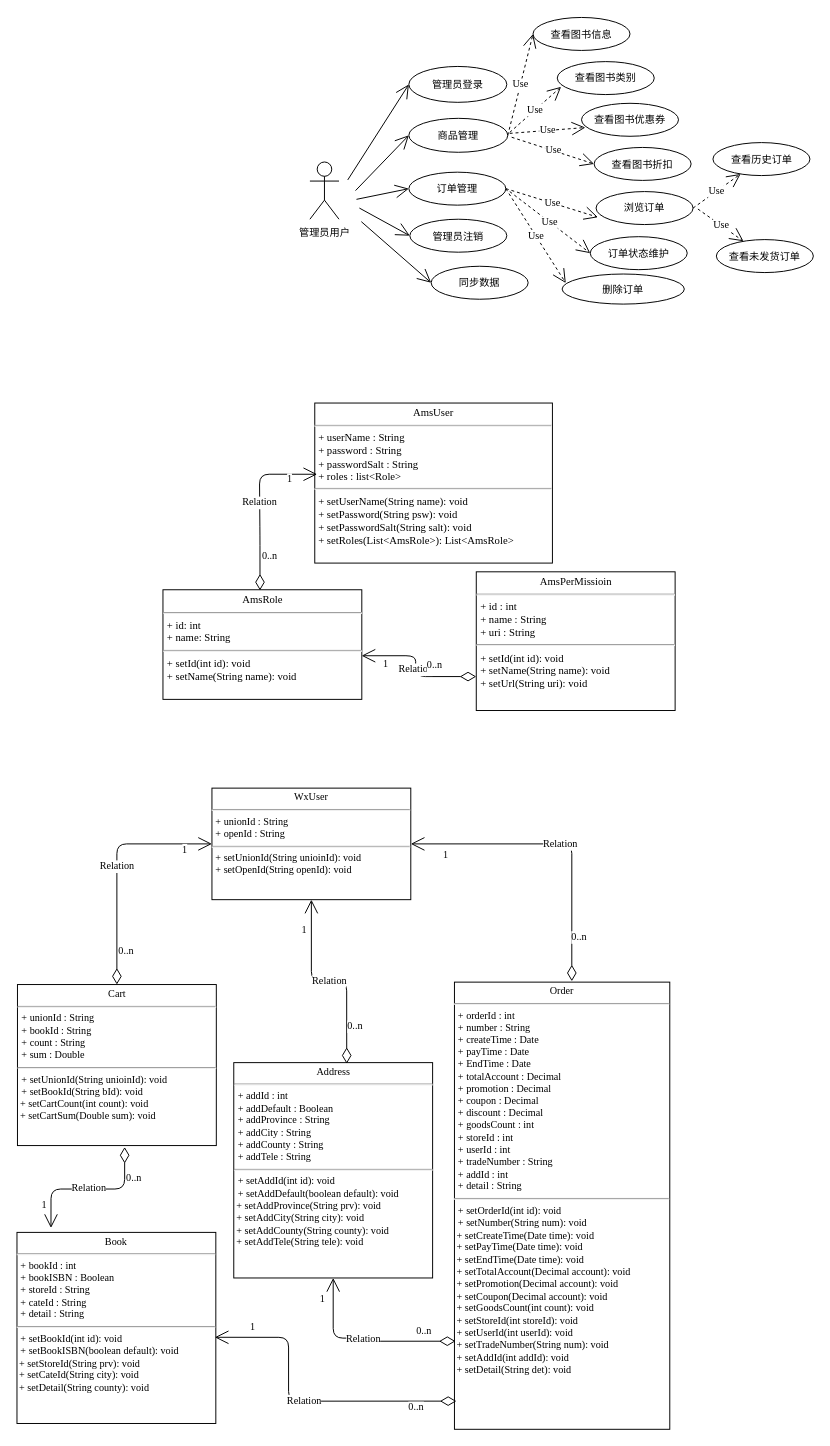
Earlier version of the draw.io diagram page "Page-1" (1 of 3) of Untitled Diagram.drawio (152056212/OS). Source tidied: cells renumbered, new cells numbered last; positions are measured from the earlier drawing's top-left corner, leaving out a move shared by most shapes. Both pictures are drawn from the tidied source at 97%, with x=0, y=0 at pixel (16, 16).
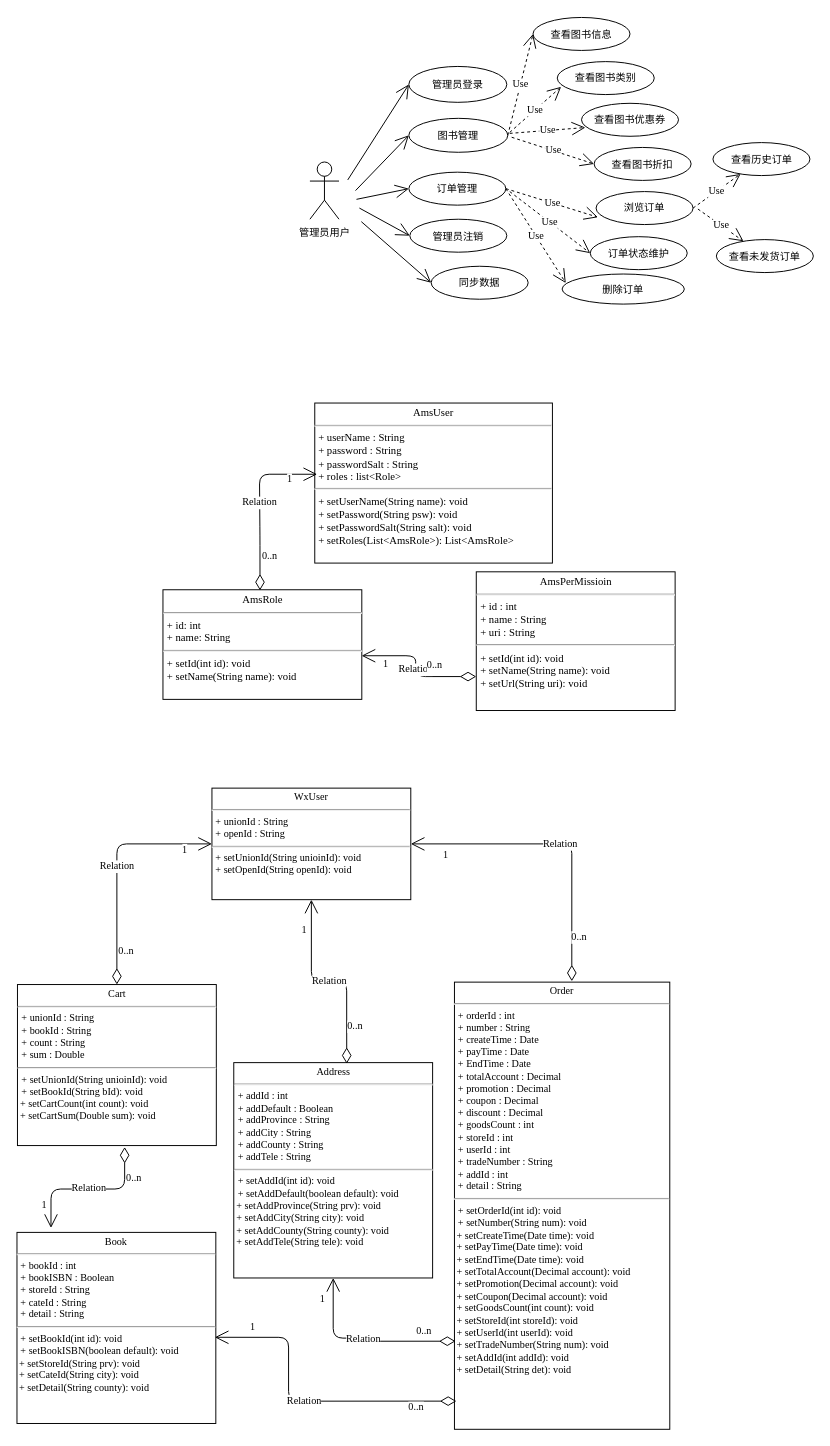
Above is the later version.

Change to the diagram source:
```diff
@@
-    <mxCell id="4" value="商品管理" style="ellipse;whiteSpace=wrap;html=1;fontSize=10.5;fontFamily=宋体;fontStyle=0;" parent="1" vertex="1">
+    <mxCell id="4" value="图书管理" style="ellipse;whiteSpace=wrap;html=1;fontSize=10.5;fontFamily=宋体;fontStyle=0;" parent="1" vertex="1">
       <mxGeometry x="404" y="104.5" width="102" height="35" as="geometry" />
     </mxCell>
```
